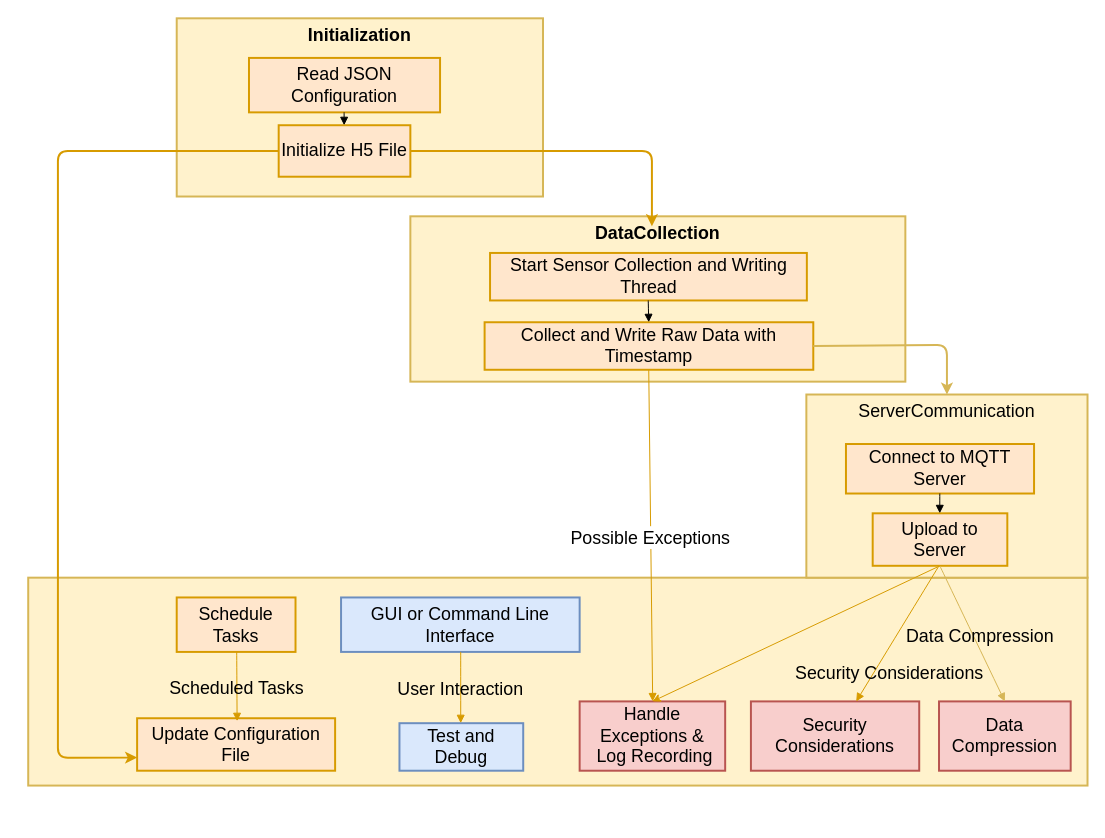
The draw.io diagram build/未命名绘图.drawio in cowqer/-data-collection-service, before the edit. Source tidied: cells renumbered, new cells numbered last; positions are measured from the earlier drawing's top-left corner, leaving out a move shared by most shapes. Both pictures are drawn from the tidied source at 99%, with x=0, y=0 at pixel (28, 18).
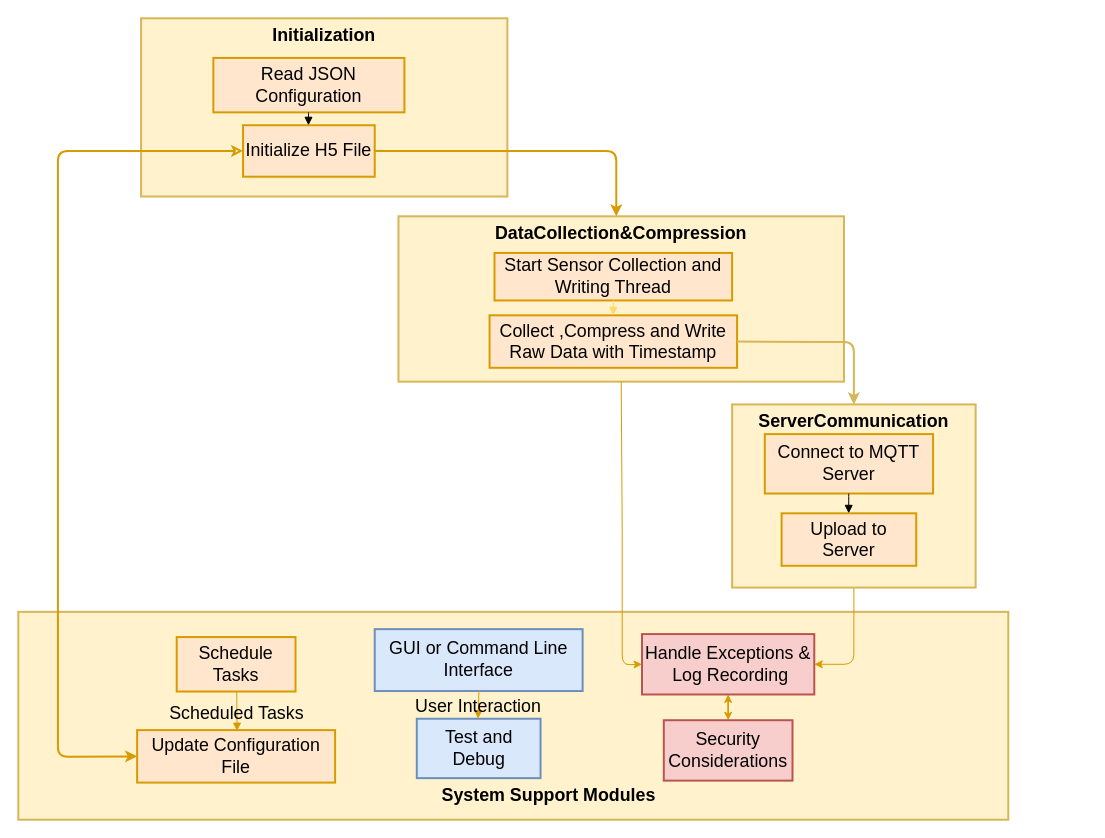
The same page after the edit.

Commit message:
更新未命名绘图.drawio

The edit, as a diff of the source:
```diff
@@
     <mxCell id="2" style="whiteSpace=wrap;strokeWidth=2;verticalAlign=top;fontSize=18;fillColor=#fff2cc;strokeColor=#d6b656;rounded=0;" parent="1" vertex="1">
-      <mxGeometry y="565" width="1070" height="210" as="geometry" />
+      <mxGeometry x="-10" y="599.5" width="1000" height="210" as="geometry" />
     </mxCell>
+    <mxCell id="31" style="edgeStyle=orthogonalEdgeStyle;rounded=0;jettySize=auto;html=1;fillColor=#ffe6cc;strokeColor=#d79b00;startArrow=classic;startFill=1;" parent="1" edge="1" source="3" target="7">
+      <mxGeometry relative="1" as="geometry" />
+    </mxCell>
-    <mxCell id="3" value="Handle Exceptions &amp;&#10; Log Recording" style="whiteSpace=wrap;strokeWidth=2;fontSize=18;rounded=0;fillColor=#f8cecc;strokeColor=#b85450;" parent="1" vertex="1">
-      <mxGeometry x="557" y="690" width="147" height="70" as="geometry" />
+    <mxCell id="3" value="Handle Exceptions &amp;&#10; Log Recording" style="whiteSpace=wrap;strokeWidth=2;fontSize=18;rounded=0;fillColor=#F8CECC;strokeColor=#b85450;" parent="1" vertex="1">
+      <mxGeometry x="620" y="622" width="174" height="61" as="geometry" />
     </mxCell>
-    <mxCell id="4" value="Data Compression" style="whiteSpace=wrap;strokeWidth=2;fontSize=18;rounded=0;fillColor=#f8cecc;strokeColor=#b85450;" parent="1" vertex="1">
-      <mxGeometry x="920" y="690" width="133" height="70" as="geometry" />
-    </mxCell>
     <mxCell id="5" value="Schedule Tasks" style="whiteSpace=wrap;strokeWidth=2;fontSize=18;rounded=0;fillColor=#ffe6cc;strokeColor=#d79b00;" parent="1" vertex="1">
-      <mxGeometry x="150" y="585" width="120" height="55" as="geometry" />
+      <mxGeometry x="150" y="625" width="120" height="55" as="geometry" />
     </mxCell>
     <mxCell id="6" value="Update Configuration File" style="whiteSpace=wrap;strokeWidth=2;fontSize=18;rounded=0;fillColor=#ffe6cc;strokeColor=#d79b00;" parent="1" vertex="1">
-      <mxGeometry x="110" y="707" width="200" height="53" as="geometry" />
+      <mxGeometry x="110" y="719" width="200" height="53" as="geometry" />
     </mxCell>
-    <mxCell id="7" value="Security Considerations" style="whiteSpace=wrap;strokeWidth=2;fontSize=18;rounded=0;fillColor=#f8cecc;strokeColor=#b85450;" parent="1" vertex="1">
-      <mxGeometry x="730" y="690" width="170" height="70" as="geometry" />
-    </mxCell>
     <mxCell id="8" value="GUI or Command Line Interface" style="whiteSpace=wrap;strokeWidth=2;fontSize=18;rounded=0;fillColor=#dae8fc;strokeColor=#6c8ebf;" parent="1" vertex="1">
-      <mxGeometry x="316" y="585" width="241" height="55" as="geometry" />
+      <mxGeometry x="350" y="617" width="210" height="62.5" as="geometry" />
     </mxCell>
     <mxCell id="9" value="Test and Debug" style="whiteSpace=wrap;strokeWidth=2;fontSize=18;rounded=0;fillColor=#dae8fc;strokeColor=#6c8ebf;" parent="1" vertex="1">
-      <mxGeometry x="375" y="712" width="125" height="48" as="geometry" />
+      <mxGeometry x="392.5" y="707.5" width="125" height="60" as="geometry" />
     </mxCell>
+    <mxCell id="32" style="edgeStyle=orthogonalEdgeStyle;rounded=1;jettySize=auto;html=1;entryX=1;entryY=0.5;entryDx=0;entryDy=0;fillColor=#ffe6cc;strokeColor=#d79b00;" parent="1" edge="1" source="10" target="3">
+      <mxGeometry relative="1" as="geometry" />
+    </mxCell>
-    <mxCell id="10" value="ServerCommunication" style="whiteSpace=wrap;strokeWidth=2;verticalAlign=top;fontSize=18;fillColor=#fff2cc;strokeColor=#d6b656;rounded=0;" parent="1" vertex="1">
-      <mxGeometry x="786" y="380" width="284" height="185" as="geometry" />
+    <mxCell id="10" value="ServerCommunication" style="whiteSpace=wrap;strokeWidth=2;verticalAlign=top;fontSize=18;fillColor=#fff2cc;strokeColor=#d6b656;rounded=0;fontStyle=1;" parent="1" vertex="1">
+      <mxGeometry x="711" y="390" width="246" height="185" as="geometry" />
     </mxCell>
     <mxCell id="11" value="Connect to MQTT Server" style="whiteSpace=wrap;strokeWidth=2;fontSize=18;rounded=0;fillColor=#ffe6cc;strokeColor=#d79b00;" parent="1" vertex="1">
-      <mxGeometry x="826" y="430" width="190" height="50" as="geometry" />
+      <mxGeometry x="744" y="420" width="170" height="60" as="geometry" />
     </mxCell>
     <mxCell id="12" value="Upload to Server" style="whiteSpace=wrap;strokeWidth=2;fontSize=18;rounded=0;fillColor=#ffe6cc;strokeColor=#d79b00;" parent="1" vertex="1">
-      <mxGeometry x="853" y="500" width="136" height="53" as="geometry" />
+      <mxGeometry x="761" y="500" width="136" height="53" as="geometry" />
     </mxCell>
-    <mxCell id="13" value="DataCollection" style="whiteSpace=wrap;strokeWidth=2;verticalAlign=top;fontSize=18;fontStyle=1;labelBackgroundColor=none;fillColor=#fff2cc;strokeColor=#d6b656;rounded=0;" parent="1" vertex="1">
-      <mxGeometry x="386" y="200" width="500" height="167" as="geometry" />
+    <mxCell id="13" value="DataCollection&amp;Compression" style="whiteSpace=wrap;strokeWidth=2;verticalAlign=top;fontSize=18;fontStyle=1;labelBackgroundColor=none;fillColor=#fff2cc;strokeColor=#d6b656;rounded=0;" parent="1" vertex="1">
+      <mxGeometry x="374" y="200" width="450" height="167" as="geometry" />
     </mxCell>
     <mxCell id="14" value="Start Sensor Collection and Writing Thread" style="whiteSpace=wrap;strokeWidth=2;fontSize=18;rounded=0;fillColor=#ffe6cc;strokeColor=#d79b00;" parent="1" vertex="1">
-      <mxGeometry x="466.5" y="237" width="320" height="48" as="geometry" />
+      <mxGeometry x="471" y="237" width="240" height="48" as="geometry" />
     </mxCell>
-    <mxCell id="15" value="Collect and Write Raw Data with Timestamp" style="whiteSpace=wrap;strokeWidth=2;fontSize=18;rounded=0;fillColor=#ffe6cc;strokeColor=#d79b00;" parent="1" vertex="1">
-      <mxGeometry x="461" y="307" width="332" height="48" as="geometry" />
+    <mxCell id="15" value="Collect ,Compress and Write Raw Data with Timestamp" style="whiteSpace=wrap;strokeWidth=2;fontSize=18;rounded=0;fillColor=#ffe6cc;strokeColor=#d79b00;" parent="1" vertex="1">
+      <mxGeometry x="466" y="300" width="250" height="53" as="geometry" />
     </mxCell>
     <mxCell id="16" value="Initialization" style="whiteSpace=wrap;strokeWidth=2;verticalAlign=top;fontSize=18;fontStyle=1;fillColor=#fff2cc;strokeColor=#d6b656;rounded=0;" parent="1" vertex="1">
-      <mxGeometry x="150" width="370" height="180" as="geometry" />
+      <mxGeometry x="114" width="370" height="180" as="geometry" />
     </mxCell>
     <mxCell id="17" value="Read JSON Configuration" style="whiteSpace=wrap;strokeWidth=2;fontSize=18;rounded=0;fillColor=#ffe6cc;strokeColor=#d79b00;" parent="1" vertex="1">
-      <mxGeometry x="223" y="40" width="193" height="55" as="geometry" />
+      <mxGeometry x="187" y="40" width="193" height="55" as="geometry" />
     </mxCell>
     <mxCell id="18" value="Initialize H5 File" style="whiteSpace=wrap;strokeWidth=2;fontSize=18;rounded=0;fillColor=#ffe6cc;strokeColor=#d79b00;" parent="1" vertex="1">
-      <mxGeometry x="253" y="108" width="133" height="52" as="geometry" />
+      <mxGeometry x="217" y="108" width="133" height="52" as="geometry" />
     </mxCell>
@@
-    <mxCell id="20" style="curved=1;startArrow=none;endArrow=block;exitX=0.49932863712310793;exitY=1.0060607447768704;entryX=0.49935290325118836;entryY=0.006060744776870265;rounded=0;fontSize=18;" parent="1" edge="1" source="14" target="15">
+    <mxCell id="20" style="startArrow=none;endArrow=block;exitX=0.5;exitY=1;entryX=0.5;entryY=0;rounded=1;fontSize=18;strokeColor=#FFD966;entryDx=0;entryDy=0;exitDx=0;exitDy=0;" parent="1" edge="1" source="14" target="15">
       <mxGeometry relative="1" as="geometry" />
     </mxCell>
@@
-    <mxCell id="22" value="Possible Exceptions" style="startArrow=none;endArrow=block;exitX=0.49935290325118836;exitY=1.0181820031368372;entryX=0.5019398903360173;entryY=0.012121431755297112;rounded=1;fontSize=18;strokeWidth=1;fillColor=#ffe6cc;strokeColor=#d79b00;" parent="1" edge="1" source="15" target="3">
-      <mxGeometry x="0.01" relative="1" as="geometry" />
-    </mxCell>
-    <mxCell id="23" value="Data Compression" style="curved=1;startArrow=none;endArrow=block;exitX=0.49839160021613627;exitY=1.024242690115264;entryX=0.4997214470709954;entryY=0.006060860373757102;rounded=0;fontSize=18;labelBackgroundColor=none;fillColor=#fff2cc;strokeColor=#d6b656;" parent="1" edge="1" source="12" target="4">
-      <mxGeometry x="0.05" y="7" relative="1" as="geometry" />
-    </mxCell>
     <mxCell id="24" value="Scheduled Tasks" style="curved=1;startArrow=none;endArrow=block;exitX=0.5052408854166667;exitY=1.024242690115264;rounded=0;fontSize=18;labelBackgroundColor=none;fillColor=#ffe6cc;strokeColor=#d79b00;" parent="1" edge="1" source="5">
       <mxGeometry relative="1" as="geometry">
-        <mxPoint x="211" y="710" as="targetPoint" />
+        <mxPoint x="211" y="720" as="targetPoint" />
       </mxGeometry>
     </mxCell>
-    <mxCell id="25" value="Security Considerations" style="curved=1;startArrow=none;endArrow=block;rounded=0;fontSize=18;fillColor=#ffe6cc;strokeColor=#d79b00;labelBackgroundColor=none;" parent="1" edge="1" target="7">
-      <mxGeometry x="0.46" y="13" relative="1" as="geometry">
-        <mxPoint x="920" y="553" as="sourcePoint" />
-      </mxGeometry>
-    </mxCell>
@@
-    <mxCell id="27" style="endArrow=classic;html=1;rounded=1;exitX=0;exitY=0.5;exitDx=0;exitDy=0;entryX=0;entryY=0.75;entryDx=0;entryDy=0;fontSize=18;fillColor=#ffe6cc;strokeColor=#d79b00;strokeWidth=2;" parent="1" edge="1" source="18" target="6">
+    <mxCell id="27" style="endArrow=classic;html=1;rounded=1;exitX=0;exitY=0.5;exitDx=0;exitDy=0;entryX=0;entryY=0.5;entryDx=0;entryDy=0;fontSize=18;fillColor=#ffe6cc;strokeColor=#d79b00;strokeWidth=2;startArrow=classic;startFill=0;" parent="1" edge="1" source="18" target="6">
       <mxGeometry relative="1" as="geometry">
         <Array as="points">
           <mxPoint x="30" y="134" />
-          <mxPoint x="30" y="747" />
+          <mxPoint x="30" y="746" />
         </Array>
       </mxGeometry>
     </mxCell>
     <mxCell id="28" style="endArrow=classic;html=1;rounded=1;exitX=1;exitY=0.5;exitDx=0;exitDy=0;fontSize=18;fontStyle=1;fillColor=#ffe6cc;strokeColor=#d79b00;strokeWidth=2;" parent="1" edge="1" source="18">
       <mxGeometry relative="1" as="geometry">
-        <mxPoint x="630" y="210" as="targetPoint" />
+        <mxPoint x="594" y="200" as="targetPoint" />
         <Array as="points">
-          <mxPoint x="630" y="134" />
-          <mxPoint x="630" y="160" />
+          <mxPoint x="594" y="134" />
+          <mxPoint x="594" y="160" />
         </Array>
       </mxGeometry>
     </mxCell>
     <mxCell id="29" style="endArrow=classic;html=1;rounded=1;exitX=1;exitY=0.5;exitDx=0;exitDy=0;entryX=0.5;entryY=0;entryDx=0;entryDy=0;fillColor=#fff2cc;strokeColor=#d6b656;strokeWidth=2;" parent="1" edge="1" source="15" target="10">
       <mxGeometry relative="1" as="geometry">
         <Array as="points">
-          <mxPoint x="928" y="330" />
-          <mxPoint x="928" y="350" />
+          <mxPoint x="834" y="327" />
         </Array>
       </mxGeometry>
     </mxCell>
-    <mxCell id="30" style="endArrow=classic;html=1;rounded=0;exitX=0.5;exitY=1;exitDx=0;exitDy=0;entryX=0.5;entryY=0;entryDx=0;entryDy=0;fillColor=#ffe6cc;strokeColor=#d79b00;" parent="1" edge="1" source="12" target="3">
-      <mxGeometry relative="1" as="geometry" />
-    </mxCell>
+    <mxCell id="33" style="edgeStyle=orthogonalEdgeStyle;rounded=0;orthogonalLoop=1;jettySize=auto;html=1;exitX=0.5;exitY=1;exitDx=0;exitDy=0;" parent="1" edge="1" source="3" target="3">
+      <mxGeometry relative="1" as="geometry" />
+    </mxCell>
+    <mxCell id="34" value="System Support Modules" style="text;whiteSpace=wrap;html=1;labelBackgroundColor=none;fontSize=18;fontStyle=1;align=center;verticalAlign=middle;" parent="1" vertex="1">
+      <mxGeometry x="386" y="760" width="280" height="50" as="geometry" />
+    </mxCell>
+    <mxCell id="7" value="Security Considerations" style="whiteSpace=wrap;strokeWidth=2;fontSize=18;rounded=0;fillColor=#f8cecc;strokeColor=#b85450;" parent="1" vertex="1">
+      <mxGeometry x="642" y="709" width="130" height="61" as="geometry" />
+    </mxCell>
+    <mxCell id="35" style="endArrow=classic;html=1;rounded=1;exitX=0.5;exitY=1;exitDx=0;exitDy=0;entryX=0;entryY=0.5;entryDx=0;entryDy=0;fillColor=#ffe6cc;strokeColor=#d79b00;" parent="1" edge="1" source="13" target="3">
+      <mxGeometry relative="1" as="geometry">
+        <Array as="points">
+          <mxPoint x="600" y="520" />
+          <mxPoint x="600" y="653" />
+        </Array>
+      </mxGeometry>
+    </mxCell>
```
